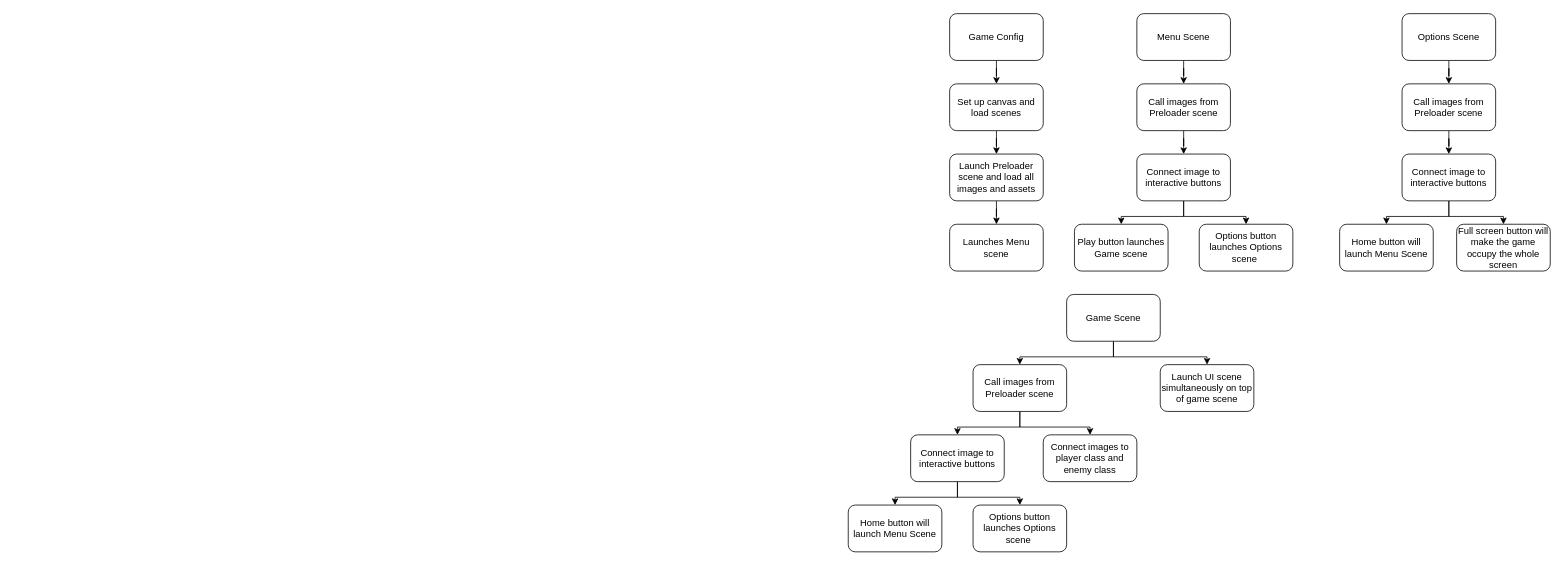
Before: Top Down CS.drawio in 13ilaurente/csgame, a draw.io diagram. Source tidied: cells renumbered, new cells numbered last; positions are measured from the earlier drawing's top-left corner, leaving out a move shared by most shapes. Both pictures are drawn from the tidied source at 78%, with x=0, y=0 at pixel (848, 13).
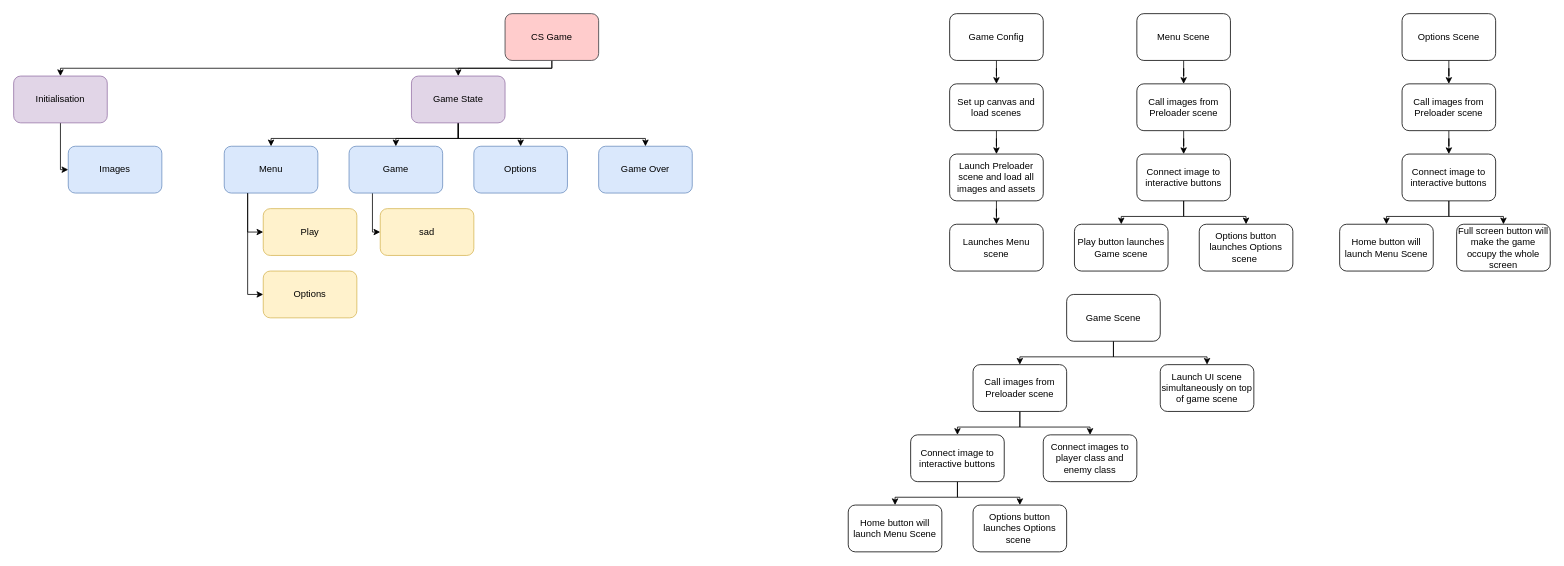
The same page after the edit.

Change to the diagram source:
```diff
@@
+    <mxCell id="40" style="edgeStyle=orthogonalEdgeStyle;rounded=0;jettySize=auto;html=1;exitX=0.5;exitY=1;exitDx=0;exitDy=0;entryX=0.5;entryY=0;entryDx=0;entryDy=0;" parent="1" edge="1" source="42" target="56">
+      <mxGeometry relative="1" as="geometry">
+        <Array as="points">
+          <mxPoint x="-380" y="70" />
+          <mxPoint x="-500" y="70" />
+        </Array>
+      </mxGeometry>
+    </mxCell>
+    <mxCell id="41" style="edgeStyle=orthogonalEdgeStyle;rounded=0;jettySize=auto;html=1;exitX=0.5;exitY=1;exitDx=0;exitDy=0;entryX=0.5;entryY=0;entryDx=0;entryDy=0;" parent="1" edge="1" source="42" target="58">
+      <mxGeometry relative="1" as="geometry">
+        <Array as="points">
+          <mxPoint x="-380" y="70" />
+          <mxPoint x="-1010" y="70" />
+        </Array>
+      </mxGeometry>
+    </mxCell>
+    <mxCell id="42" value="CS Game" style="rounded=1;whiteSpace=wrap;html=1;fillColor=#ffcccc;strokeColor=#36393d;" parent="1" vertex="1">
+      <mxGeometry x="-440" width="120" height="60" as="geometry" />
+    </mxCell>
+    <mxCell id="43" style="edgeStyle=orthogonalEdgeStyle;rounded=0;jettySize=auto;html=1;exitX=0.25;exitY=1;exitDx=0;exitDy=0;entryX=0;entryY=0.5;entryDx=0;entryDy=0;" parent="1" edge="1" source="44" target="60">
+      <mxGeometry relative="1" as="geometry">
+        <Array as="points">
+          <mxPoint x="-610" y="280" />
+        </Array>
+      </mxGeometry>
+    </mxCell>
+    <mxCell id="44" value="Game" style="rounded=1;whiteSpace=wrap;html=1;fillColor=#dae8fc;strokeColor=#6c8ebf;" parent="1" vertex="1">
+      <mxGeometry x="-640" y="170" width="120" height="60" as="geometry" />
+    </mxCell>
+    <mxCell id="45" value="Options" style="rounded=1;whiteSpace=wrap;html=1;fillColor=#dae8fc;strokeColor=#6c8ebf;" parent="1" vertex="1">
+      <mxGeometry x="-480" y="170" width="120" height="60" as="geometry" />
+    </mxCell>
+    <mxCell id="46" style="edgeStyle=orthogonalEdgeStyle;rounded=0;jettySize=auto;html=1;exitX=0.25;exitY=1;exitDx=0;exitDy=0;entryX=0;entryY=0.5;entryDx=0;entryDy=0;" parent="1" edge="1" source="47" target="49">
+      <mxGeometry relative="1" as="geometry" />
+    </mxCell>
+    <mxCell id="47" value="Menu" style="rounded=1;whiteSpace=wrap;html=1;fillColor=#dae8fc;strokeColor=#6c8ebf;" parent="1" vertex="1">
+      <mxGeometry x="-800" y="170" width="120" height="60" as="geometry" />
+    </mxCell>
+    <mxCell id="48" style="edgeStyle=orthogonalEdgeStyle;rounded=0;jettySize=auto;html=1;exitX=0.25;exitY=1;exitDx=0;exitDy=0;" parent="1" edge="1" source="47" target="50">
+      <mxGeometry relative="1" as="geometry">
+        <Array as="points">
+          <mxPoint x="-770" y="360" />
+        </Array>
+      </mxGeometry>
+    </mxCell>
+    <mxCell id="49" value="Play" style="rounded=1;whiteSpace=wrap;html=1;fillColor=#fff2cc;strokeColor=#d6b656;" parent="1" vertex="1">
+      <mxGeometry x="-750" y="250" width="120" height="60" as="geometry" />
+    </mxCell>
+    <mxCell id="50" value="Options" style="rounded=1;whiteSpace=wrap;html=1;fillColor=#fff2cc;strokeColor=#d6b656;" parent="1" vertex="1">
+      <mxGeometry x="-750" y="330" width="120" height="60" as="geometry" />
+    </mxCell>
+    <mxCell id="51" value="Game Over" style="rounded=1;whiteSpace=wrap;html=1;fillColor=#dae8fc;strokeColor=#6c8ebf;" parent="1" vertex="1">
+      <mxGeometry x="-320" y="170" width="120" height="60" as="geometry" />
+    </mxCell>
+    <mxCell id="52" style="edgeStyle=orthogonalEdgeStyle;rounded=0;jettySize=auto;html=1;exitX=0.5;exitY=1;exitDx=0;exitDy=0;entryX=0.5;entryY=0;entryDx=0;entryDy=0;" parent="1" edge="1" source="56" target="44">
+      <mxGeometry relative="1" as="geometry" />
+    </mxCell>
+    <mxCell id="53" style="edgeStyle=orthogonalEdgeStyle;rounded=0;jettySize=auto;html=1;exitX=0.5;exitY=1;exitDx=0;exitDy=0;entryX=0.5;entryY=0;entryDx=0;entryDy=0;" parent="1" edge="1" source="56" target="47">
+      <mxGeometry relative="1" as="geometry">
+        <Array as="points">
+          <mxPoint x="-500" y="160" />
+          <mxPoint x="-740" y="160" />
+        </Array>
+      </mxGeometry>
+    </mxCell>
+    <mxCell id="54" style="edgeStyle=orthogonalEdgeStyle;rounded=0;jettySize=auto;html=1;exitX=0.5;exitY=1;exitDx=0;exitDy=0;entryX=0.5;entryY=0;entryDx=0;entryDy=0;" parent="1" edge="1" source="56" target="45">
+      <mxGeometry relative="1" as="geometry" />
+    </mxCell>
+    <mxCell id="55" style="edgeStyle=orthogonalEdgeStyle;rounded=0;jettySize=auto;html=1;exitX=0.5;exitY=1;exitDx=0;exitDy=0;entryX=0.5;entryY=0;entryDx=0;entryDy=0;" parent="1" edge="1" source="56" target="51">
+      <mxGeometry relative="1" as="geometry">
+        <Array as="points">
+          <mxPoint x="-500" y="160" />
+          <mxPoint x="-260" y="160" />
+        </Array>
+      </mxGeometry>
+    </mxCell>
+    <mxCell id="56" value="Game State" style="rounded=1;whiteSpace=wrap;html=1;fillColor=#e1d5e7;strokeColor=#9673a6;" parent="1" vertex="1">
+      <mxGeometry x="-560" y="80" width="120" height="60" as="geometry" />
+    </mxCell>
+    <mxCell id="57" style="edgeStyle=orthogonalEdgeStyle;rounded=0;jettySize=auto;html=1;exitX=0.5;exitY=1;exitDx=0;exitDy=0;entryX=0;entryY=0.5;entryDx=0;entryDy=0;" parent="1" edge="1" source="58" target="59">
+      <mxGeometry relative="1" as="geometry">
+        <Array as="points">
+          <mxPoint x="-1010" y="200" />
+        </Array>
+      </mxGeometry>
+    </mxCell>
+    <mxCell id="58" value="Initialisation" style="rounded=1;whiteSpace=wrap;html=1;fillColor=#e1d5e7;strokeColor=#9673a6;" parent="1" vertex="1">
+      <mxGeometry x="-1070" y="80" width="120" height="60" as="geometry" />
+    </mxCell>
+    <mxCell id="59" value="Images" style="rounded=1;whiteSpace=wrap;html=1;fillColor=#dae8fc;strokeColor=#6c8ebf;" parent="1" vertex="1">
+      <mxGeometry x="-1000" y="170" width="120" height="60" as="geometry" />
+    </mxCell>
+    <mxCell id="60" value="sad" style="rounded=1;whiteSpace=wrap;html=1;fillColor=#fff2cc;strokeColor=#d6b656;" parent="1" vertex="1">
+      <mxGeometry x="-600" y="250" width="120" height="60" as="geometry" />
+    </mxCell>
```
